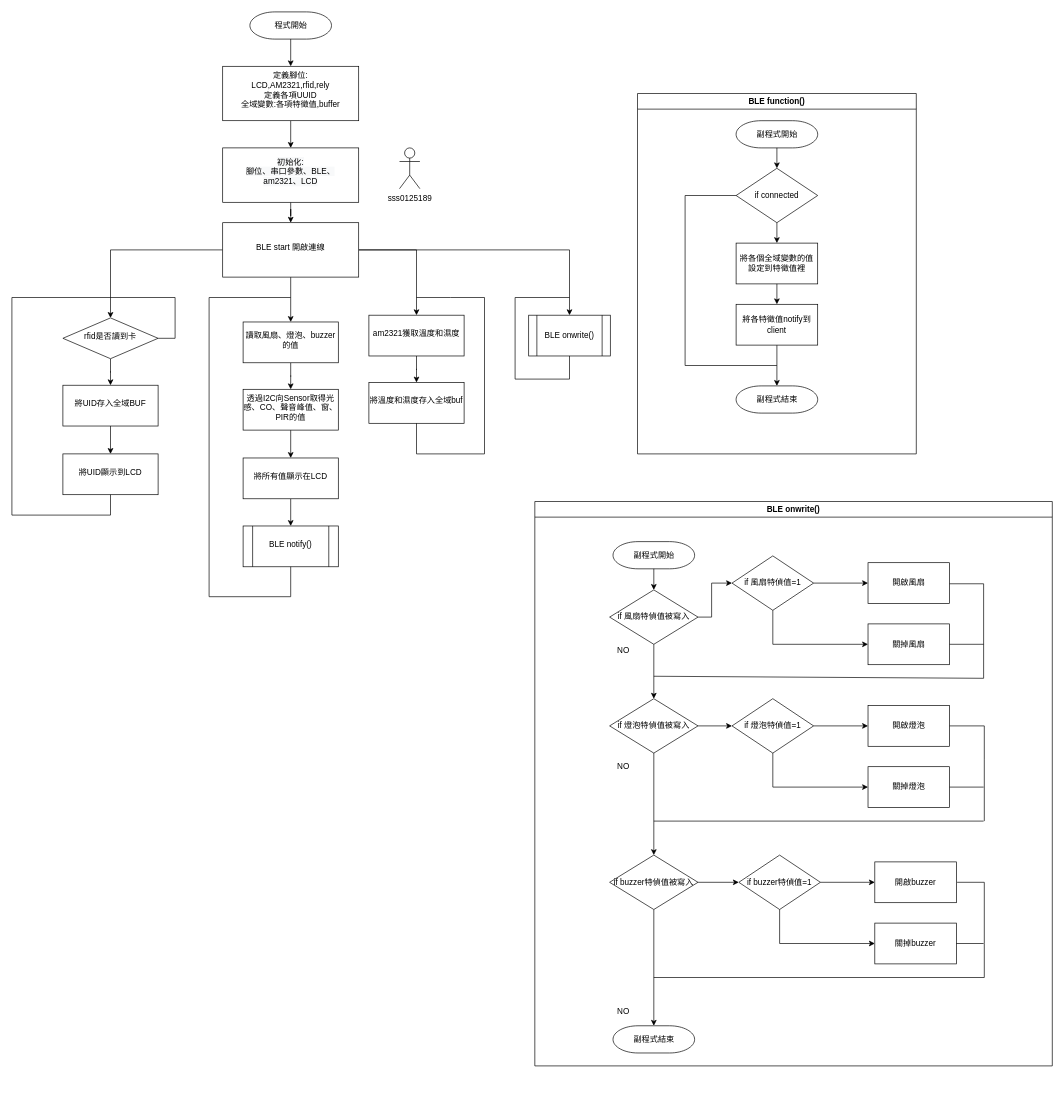
Earlier version of the draw.io diagram iFamily_Master.drawio (k39920123/iFamily). Source tidied: cells renumbered, new cells numbered last; positions are measured from the earlier drawing's top-left corner, leaving out a move shared by most shapes. Both pictures are drawn from the tidied source at 68%, with x=0, y=0 at pixel (12, 12).
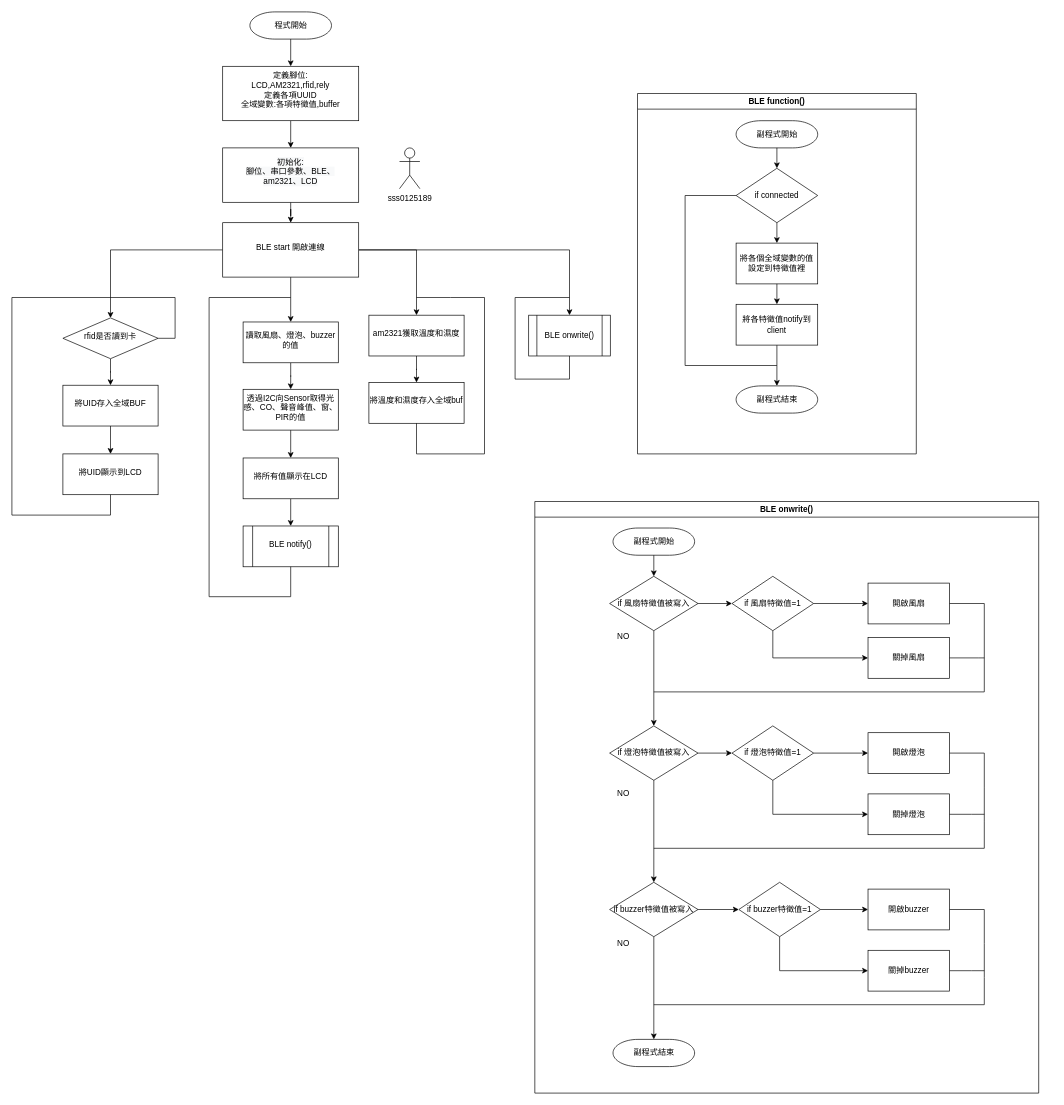
The same page after the edit.

Change to the diagram source:
```diff
@@
     <mxCell id="49" value="BLE onwrite()" style="swimlane;fontSize=12;" parent="1" vertex="1">
-      <mxGeometry x="769" y="720" width="761" height="830" as="geometry" />
+      <mxGeometry x="769" y="720" width="741" height="870" as="geometry" />
     </mxCell>
     <mxCell id="50" value="副程式開始" style="shape=mxgraph.flowchart.terminator;strokeWidth=1;gradientDirection=north;fontStyle=0;html=1;fillColor=default;strokeColor=default;fontSize=12;" parent="49" vertex="1">
-      <mxGeometry x="115" y="59" width="120" height="40" as="geometry" />
+      <mxGeometry x="115" y="39" width="120" height="40" as="geometry" />
     </mxCell>
@@
     <mxCell id="52" style="edgeStyle=none;rounded=0;jettySize=auto;html=1;fontSize=12;exitX=0.5;exitY=1;exitDx=0;exitDy=0;entryX=0;entryY=0.5;entryDx=0;entryDy=0;" parent="49" edge="1" source="53" target="69">
       <mxGeometry relative="1" as="geometry">
         <Array as="points">
-          <mxPoint x="350" y="210" />
+          <mxPoint x="350" y="230" />
         </Array>
       </mxGeometry>
     </mxCell>
-    <mxCell id="53" value="if 風扇特偵值=1" style="rhombus;whiteSpace=wrap;html=1;strokeWidth=1;gradientDirection=north;fontStyle=0;" parent="49" vertex="1">
-      <mxGeometry x="290" y="80" width="120" height="80" as="geometry" />
+    <mxCell id="53" value="if 風扇特徵值=1" style="rhombus;whiteSpace=wrap;html=1;strokeWidth=1;gradientDirection=north;fontStyle=0;" parent="49" vertex="1">
+      <mxGeometry x="290" y="110" width="120" height="80" as="geometry" />
     </mxCell>
@@
-    <mxCell id="55" style="edgeStyle=none;rounded=0;jettySize=auto;html=1;exitX=1;exitY=0.5;exitDx=0;exitDy=0;entryX=0;entryY=0.5;entryDx=0;entryDy=0;fontSize=12;" parent="49" edge="1" source="56" target="53">
-      <mxGeometry relative="1" as="geometry">
-        <Array as="points">
-          <mxPoint x="260" y="170" />
-          <mxPoint x="260" y="120" />
-        </Array>
-      </mxGeometry>
+    <mxCell id="55" style="edgeStyle=none;rounded=0;jettySize=auto;html=1;fontSize=12;" parent="49" edge="1" source="56" target="53">
+      <mxGeometry relative="1" as="geometry" />
     </mxCell>
-    <mxCell id="56" value="&lt;span&gt;if 風扇特偵值被寫入&lt;/span&gt;" style="rhombus;whiteSpace=wrap;html=1;strokeWidth=1;gradientDirection=north;fontStyle=0;" parent="49" vertex="1">
-      <mxGeometry x="110" y="130" width="130" height="80" as="geometry" />
+    <mxCell id="56" value="&lt;span&gt;if 風扇特徵值被寫入&lt;/span&gt;" style="rhombus;whiteSpace=wrap;html=1;strokeWidth=1;gradientDirection=north;fontStyle=0;" parent="49" vertex="1">
+      <mxGeometry x="110" y="110" width="130" height="80" as="geometry" />
     </mxCell>
@@
-    <mxCell id="59" value="&lt;span&gt;if 燈泡特偵值被寫入&lt;/span&gt;" style="rhombus;whiteSpace=wrap;html=1;strokeWidth=1;gradientDirection=north;fontStyle=0;" parent="49" vertex="1">
-      <mxGeometry x="110" y="290" width="130" height="80" as="geometry" />
+    <mxCell id="59" value="&lt;span&gt;if 燈泡特徵值被寫入&lt;/span&gt;" style="rhombus;whiteSpace=wrap;html=1;strokeWidth=1;gradientDirection=north;fontStyle=0;" parent="49" vertex="1">
+      <mxGeometry x="110" y="330" width="130" height="80" as="geometry" />
     </mxCell>
@@
-    <mxCell id="62" value="&lt;span&gt;if buzzer特偵值被寫入&lt;/span&gt;" style="rhombus;whiteSpace=wrap;html=1;strokeWidth=1;gradientDirection=north;fontStyle=0;" parent="49" vertex="1">
-      <mxGeometry x="110" y="520" width="130" height="80" as="geometry" />
+    <mxCell id="62" value="&lt;span&gt;if buzzer特徵值被寫入&lt;/span&gt;" style="rhombus;whiteSpace=wrap;html=1;strokeWidth=1;gradientDirection=north;fontStyle=0;" parent="49" vertex="1">
+      <mxGeometry x="110" y="560" width="130" height="80" as="geometry" />
     </mxCell>
@@
     <mxCell id="64" value="NO" style="text;html=1;align=center;verticalAlign=middle;strokeColor=none;fillColor=none;fontSize=12;" parent="49" vertex="1">
-      <mxGeometry x="115" y="209" width="30" height="20" as="geometry" />
+      <mxGeometry x="115" y="189" width="30" height="20" as="geometry" />
     </mxCell>
     <mxCell id="65" value="NO" style="text;html=1;align=center;verticalAlign=middle;strokeColor=none;fillColor=none;fontSize=12;" parent="49" vertex="1">
-      <mxGeometry x="115" y="380" width="30" height="20" as="geometry" />
+      <mxGeometry x="115" y="420" width="30" height="20" as="geometry" />
     </mxCell>
     <mxCell id="66" value="NO" style="text;html=1;align=center;verticalAlign=middle;strokeColor=none;fillColor=none;fontSize=12;" parent="49" vertex="1">
-      <mxGeometry x="115" y="740" width="30" height="20" as="geometry" />
+      <mxGeometry x="115" y="640" width="30" height="20" as="geometry" />
     </mxCell>
     <mxCell id="67" value="副程式結束" style="shape=mxgraph.flowchart.terminator;strokeWidth=1;gradientDirection=north;fontStyle=0;html=1;fillColor=default;strokeColor=default;fontSize=12;" parent="49" vertex="1">
-      <mxGeometry x="115" y="771" width="120" height="40" as="geometry" />
+      <mxGeometry x="115" y="791" width="120" height="40" as="geometry" />
     </mxCell>
     <mxCell id="68" value="開啟風扇" style="whiteSpace=wrap;html=1;strokeWidth=1;gradientDirection=north;fontStyle=0;" parent="49" vertex="1">
-      <mxGeometry x="490" y="90" width="120" height="60" as="geometry" />
+      <mxGeometry x="490" y="120" width="120" height="60" as="geometry" />
     </mxCell>
     <mxCell id="69" value="關掉風扇" style="whiteSpace=wrap;html=1;strokeWidth=1;gradientDirection=north;fontStyle=0;" parent="49" vertex="1">
-      <mxGeometry x="490" y="180" width="120" height="60" as="geometry" />
+      <mxGeometry x="490" y="200" width="120" height="60" as="geometry" />
     </mxCell>
-    <mxCell id="70" style="endArrow=none;html=1;rounded=0;fontSize=12;entryX=1;entryY=0.5;entryDx=0;entryDy=0;" parent="49" edge="1">
+    <mxCell id="70" style="endArrow=none;html=1;rounded=0;fontSize=12;entryX=1;entryY=0.5;entryDx=0;entryDy=0;" parent="49" edge="1" target="68">
       <mxGeometry relative="1" as="geometry">
-        <mxPoint x="175" y="257" as="sourcePoint" />
-        <mxPoint x="610" y="121" as="targetPoint" />
+        <mxPoint x="175" y="280" as="sourcePoint" />
         <Array as="points">
-          <mxPoint x="660" y="260" />
-          <mxPoint x="660" y="121" />
+          <mxPoint x="661" y="280" />
+          <mxPoint x="661" y="150" />
         </Array>
       </mxGeometry>
     </mxCell>
     <mxCell id="71" style="endArrow=none;html=1;rounded=0;fontSize=12;exitX=1;exitY=0.5;exitDx=0;exitDy=0;" parent="49" edge="1" source="69">
       <mxGeometry relative="1" as="geometry">
-        <mxPoint x="660" y="210" as="targetPoint" />
+        <mxPoint x="661" y="230" as="targetPoint" />
+        <Array as="points">
+          <mxPoint x="652" y="230" />
+        </Array>
       </mxGeometry>
     </mxCell>
-    <mxCell id="72" value="if 燈泡特偵值=1" style="rhombus;whiteSpace=wrap;html=1;strokeWidth=1;gradientDirection=north;fontStyle=0;" parent="49" vertex="1">
-      <mxGeometry x="290" y="290" width="120" height="80" as="geometry" />
+    <mxCell id="72" value="if 燈泡特徵值=1" style="rhombus;whiteSpace=wrap;html=1;strokeWidth=1;gradientDirection=north;fontStyle=0;" parent="49" vertex="1">
+      <mxGeometry x="290" y="330" width="120" height="80" as="geometry" />
     </mxCell>
     <mxCell id="73" value="開啟燈泡" style="whiteSpace=wrap;html=1;strokeWidth=1;gradientDirection=north;fontStyle=0;" parent="49" vertex="1">
-      <mxGeometry x="490" y="300" width="120" height="60" as="geometry" />
+      <mxGeometry x="490" y="340" width="120" height="60" as="geometry" />
     </mxCell>
@@
     <mxCell id="75" value="關掉燈泡" style="whiteSpace=wrap;html=1;strokeWidth=1;gradientDirection=north;fontStyle=0;" parent="49" vertex="1">
-      <mxGeometry x="490" y="390" width="120" height="60" as="geometry" />
+      <mxGeometry x="490" y="430" width="120" height="60" as="geometry" />
     </mxCell>
     <mxCell id="76" style="edgeStyle=none;rounded=0;jettySize=auto;html=1;fontSize=12;exitX=0.5;exitY=1;exitDx=0;exitDy=0;entryX=0;entryY=0.5;entryDx=0;entryDy=0;" parent="49" edge="1" source="72" target="75">
       <mxGeometry relative="1" as="geometry">
         <Array as="points">
-          <mxPoint x="350" y="420" />
+          <mxPoint x="350" y="460" />
         </Array>
       </mxGeometry>
     </mxCell>
     <mxCell id="77" style="endArrow=none;html=1;rounded=0;fontSize=12;exitX=1;exitY=0.5;exitDx=0;exitDy=0;" parent="49" edge="1" source="75">
       <mxGeometry relative="1" as="geometry">
-        <mxPoint x="660" y="420" as="targetPoint" />
+        <mxPoint x="661" y="460" as="targetPoint" />
+        <Array as="points">
+          <mxPoint x="642" y="460" />
+        </Array>
       </mxGeometry>
     </mxCell>
-    <mxCell id="78" style="endArrow=none;html=1;rounded=0;fontSize=12;" parent="49" edge="1">
-      <mxGeometry relative="1" as="geometry">
-        <mxPoint x="175" y="470" as="sourcePoint" />
-        <mxPoint x="660" y="470" as="targetPoint" />
-      </mxGeometry>
-    </mxCell>
-    <mxCell id="79" value="if buzzer特偵值=1" style="rhombus;whiteSpace=wrap;html=1;strokeWidth=1;gradientDirection=north;fontStyle=0;" parent="49" vertex="1">
-      <mxGeometry x="300" y="520" width="120" height="80" as="geometry" />
+    <mxCell id="79" value="if buzzer特徵值=1" style="rhombus;whiteSpace=wrap;html=1;strokeWidth=1;gradientDirection=north;fontStyle=0;" parent="49" vertex="1">
+      <mxGeometry x="300" y="560" width="120" height="80" as="geometry" />
     </mxCell>
     <mxCell id="80" value="開啟buzzer" style="whiteSpace=wrap;html=1;strokeWidth=1;gradientDirection=north;fontStyle=0;" parent="49" vertex="1">
-      <mxGeometry x="500" y="530" width="120" height="60" as="geometry" />
+      <mxGeometry x="490" y="570" width="120" height="60" as="geometry" />
     </mxCell>
@@
     <mxCell id="82" value="關掉buzzer" style="whiteSpace=wrap;html=1;strokeWidth=1;gradientDirection=north;fontStyle=0;" parent="49" vertex="1">
-      <mxGeometry x="500" y="620" width="120" height="60" as="geometry" />
+      <mxGeometry x="490" y="660" width="120" height="60" as="geometry" />
     </mxCell>
     <mxCell id="83" style="edgeStyle=none;rounded=0;jettySize=auto;html=1;fontSize=12;exitX=0.5;exitY=1;exitDx=0;exitDy=0;entryX=0;entryY=0.5;entryDx=0;entryDy=0;" parent="49" edge="1" source="79" target="82">
       <mxGeometry relative="1" as="geometry">
         <Array as="points">
-          <mxPoint x="360" y="650" />
+          <mxPoint x="360" y="690" />
         </Array>
       </mxGeometry>
     </mxCell>
-    <mxCell id="84" style="endArrow=none;html=1;rounded=0;fontSize=12;exitX=1;exitY=0.5;exitDx=0;exitDy=0;" parent="49" edge="1" source="82">
-      <mxGeometry relative="1" as="geometry">
-        <mxPoint x="660" y="650" as="targetPoint" />
-      </mxGeometry>
-    </mxCell>
+    <mxCell id="89" style="endArrow=none;html=1;rounded=0;fontSize=12;exitX=1;exitY=0.5;exitDx=0;exitDy=0;" parent="49" edge="1">
+      <mxGeometry relative="1" as="geometry">
+        <mxPoint x="610" y="690" as="sourcePoint" />
+        <mxPoint x="661" y="690" as="targetPoint" />
+        <Array as="points">
+          <mxPoint x="642" y="690" />
+        </Array>
+      </mxGeometry>
+    </mxCell>
+    <mxCell id="90" style="endArrow=none;html=1;rounded=0;fontSize=12;exitX=1;exitY=0.5;exitDx=0;exitDy=0;" parent="49" edge="1">
+      <mxGeometry relative="1" as="geometry">
+        <mxPoint x="610" y="600" as="sourcePoint" />
+        <mxPoint x="175" y="740" as="targetPoint" />
+        <Array as="points">
+          <mxPoint x="661" y="600" />
+          <mxPoint x="661" y="650" />
+          <mxPoint x="661" y="700" />
+          <mxPoint x="661" y="740" />
+        </Array>
+      </mxGeometry>
+    </mxCell>
     <mxCell id="85" style="endArrow=none;html=1;rounded=0;fontSize=12;exitX=1;exitY=0.5;exitDx=0;exitDy=0;" parent="1" edge="1" source="73">
       <mxGeometry relative="1" as="geometry">
-        <mxPoint x="1430" y="1190" as="targetPoint" />
+        <mxPoint x="944" y="1230" as="targetPoint" />
         <Array as="points">
-          <mxPoint x="1430" y="1050" />
-          <mxPoint x="1430" y="1100" />
+          <mxPoint x="1430" y="1090" />
+          <mxPoint x="1430" y="1140" />
+          <mxPoint x="1430" y="1190" />
+          <mxPoint x="1430" y="1230" />
         </Array>
       </mxGeometry>
     </mxCell>
     <mxCell id="86" style="endArrow=none;html=1;rounded=0;fontSize=12;" parent="1" edge="1">
       <mxGeometry relative="1" as="geometry">
-        <mxPoint x="950" y="1190" as="sourcePoint" />
-        <mxPoint x="950" y="1190" as="targetPoint" />
+        <mxPoint x="950" y="1230" as="sourcePoint" />
+        <mxPoint x="950" y="1230" as="targetPoint" />
         <Array as="points">
-          <mxPoint x="950" y="1190" />
+          <mxPoint x="950" y="1230" />
         </Array>
       </mxGeometry>
     </mxCell>
-    <mxCell id="87" style="endArrow=none;html=1;rounded=0;fontSize=12;entryX=1;entryY=0.5;entryDx=0;entryDy=0;" parent="1" edge="1">
-      <mxGeometry relative="1" as="geometry">
-        <mxPoint x="1430" y="1370" as="sourcePoint" />
-        <mxPoint x="1390" y="1280" as="targetPoint" />
-        <Array as="points">
-          <mxPoint x="1430" y="1280" />
-        </Array>
-      </mxGeometry>
-    </mxCell>
-    <mxCell id="88" style="endArrow=none;html=1;rounded=0;fontSize=12;" parent="1" edge="1">
-      <mxGeometry relative="1" as="geometry">
-        <mxPoint x="944" y="1420" as="sourcePoint" />
-        <mxPoint x="1430" y="1370" as="targetPoint" />
-        <Array as="points">
-          <mxPoint x="1430" y="1420" />
-        </Array>
-      </mxGeometry>
-    </mxCell>
```
